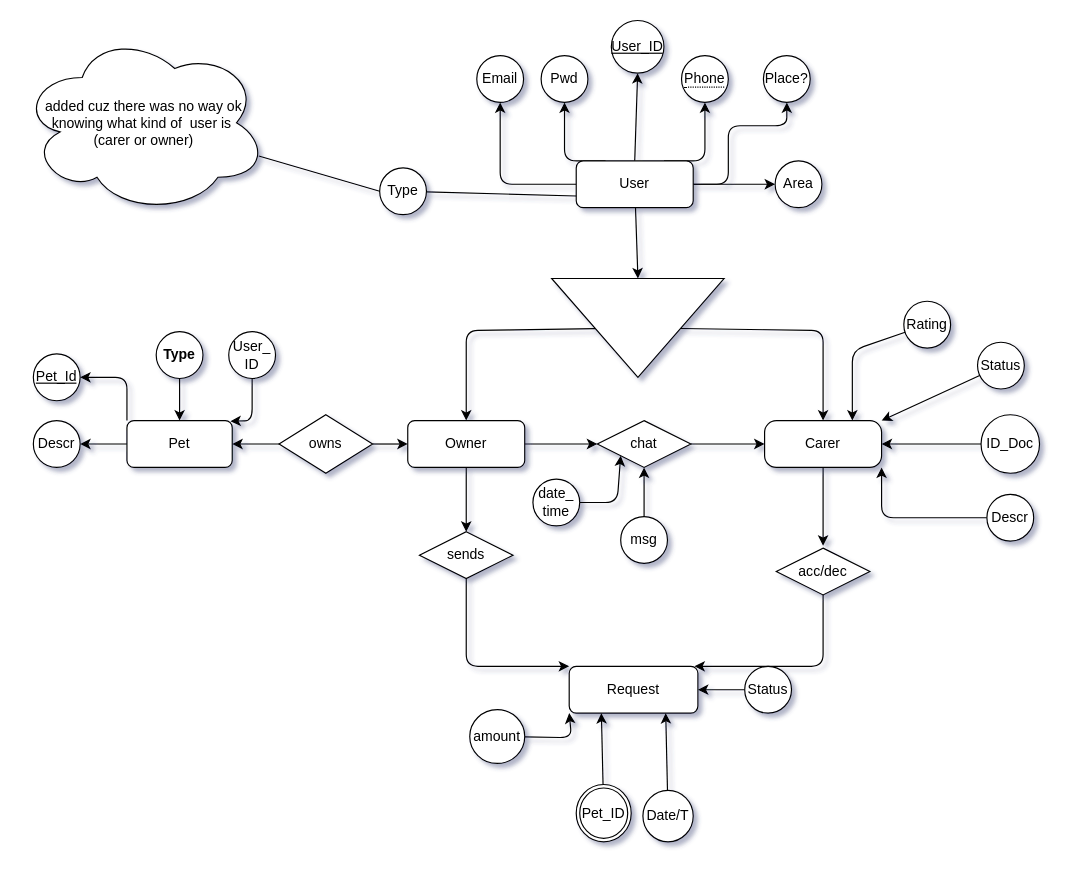
Earlier version of the draw.io diagram Docs/DB/entidad-realcion.drawio (iagogonzalezborines/MascoTier_Project). Source tidied: cells renumbered, new cells numbered last; positions are measured from the earlier drawing's top-left corner, leaving out a move shared by most shapes. Both pictures are drawn from the tidied source at 117%, with x=0, y=0 at pixel (20, 20).
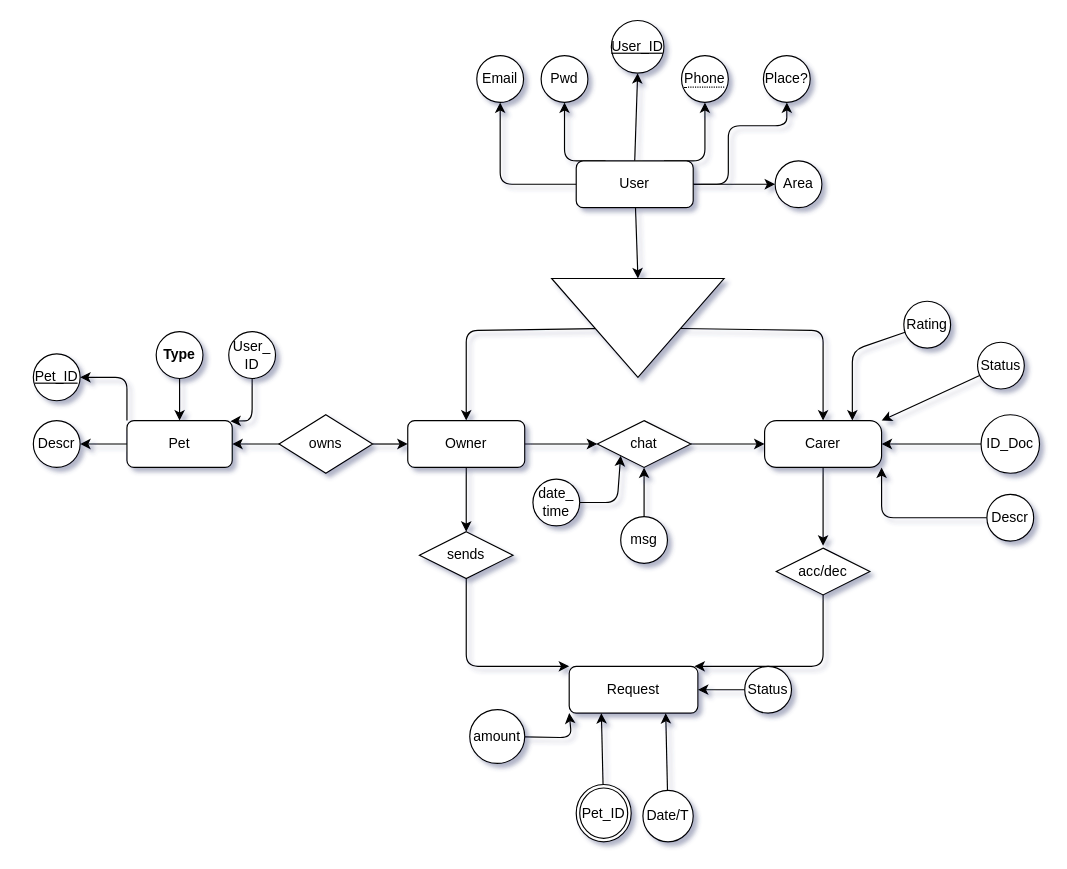
Above is the later version.

Commit message (it also covers changes not shown here):
tocando diagrama  bbdd

The change refers to these unchanged cells:
```xml
<mxCell id="12" value="User" style="rounded=1;whiteSpace=wrap;html=1;" parent="1" vertex="1">
  <mxGeometry x="475" y="120" width="100" height="40" as="geometry" />
</mxCell>
```

Change to the diagram source:
```diff
@@
-    <mxCell id="52" value="&lt;u&gt;Pet_Id&lt;/u&gt;" style="ellipse;whiteSpace=wrap;html=1;" parent="1" vertex="1">
+    <mxCell id="52" value="&lt;u&gt;Pet_ID&lt;/u&gt;" style="ellipse;whiteSpace=wrap;html=1;" parent="1" vertex="1">
       <mxGeometry x="11" y="285" width="40" height="40" as="geometry" />
     </mxCell>
@@
-    <mxCell id="63" style="edgeStyle=none;html=1;entryX=0;entryY=0.75;entryDx=0;entryDy=0;endArrow=none;endFill=0;" parent="1" edge="1" source="64" target="12">
-      <mxGeometry relative="1" as="geometry" />
-    </mxCell>
-    <mxCell id="64" value="Type" style="ellipse;whiteSpace=wrap;html=1;" parent="1" vertex="1">
-      <mxGeometry x="307" y="126" width="40" height="40" as="geometry" />
-    </mxCell>
-    <mxCell id="65" style="edgeStyle=none;html=1;entryX=0;entryY=0.5;entryDx=0;entryDy=0;endArrow=none;endFill=0;" parent="1" edge="1" source="66" target="64">
-      <mxGeometry relative="1" as="geometry" />
-    </mxCell>
-    <mxCell id="66" value="added cuz there was no way ok knowing what kind of&amp;nbsp; user is&amp;nbsp;&lt;br&gt;(carer or owner)" style="ellipse;shape=cloud;whiteSpace=wrap;html=1;" parent="1" vertex="1">
-      <mxGeometry y="10" width="211" height="155" as="geometry" />
-    </mxCell>
```
